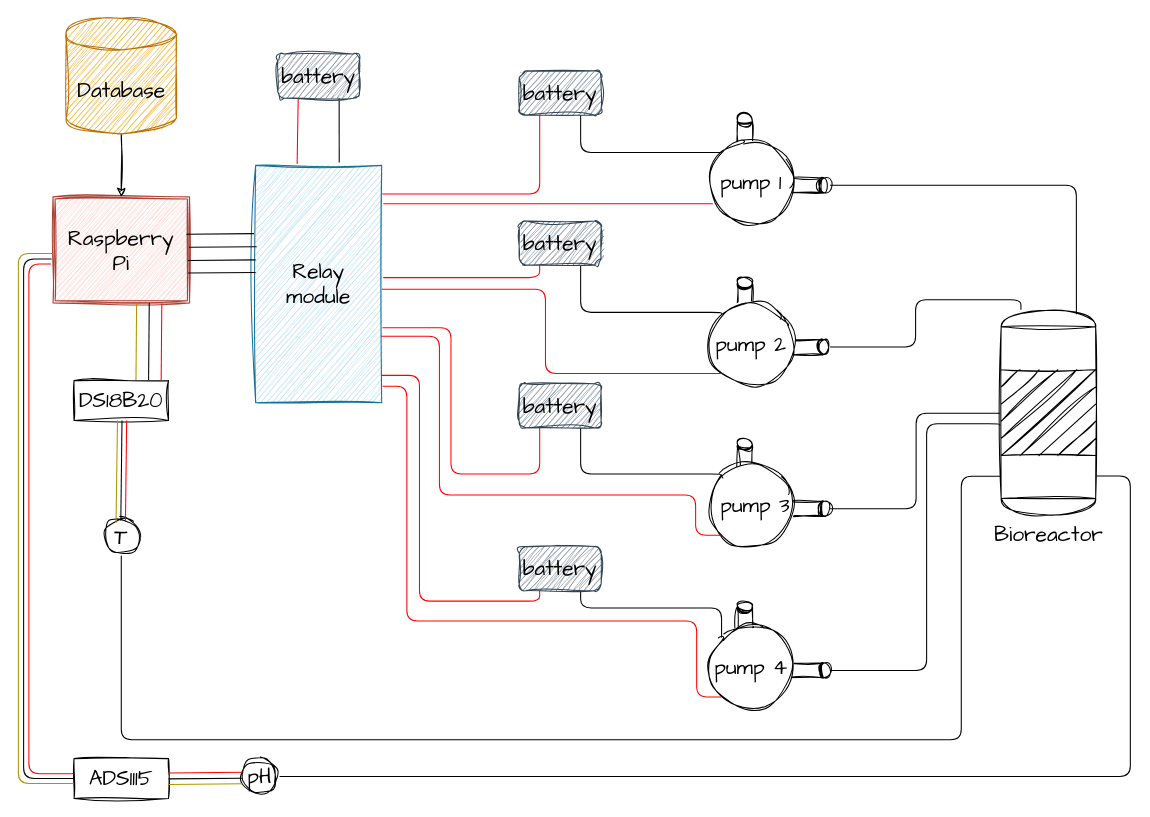
Above: blueprints/prototype1.drawio in MelcherMate/Bioversee_Webapp (draw.io), before the change. Source tidied: cells renumbered, new cells numbered last; positions are measured from the earlier drawing's top-left corner, leaving out a move shared by most shapes. Both pictures are drawn from the tidied source at 105%, with x=0, y=0 at pixel (18, 18).
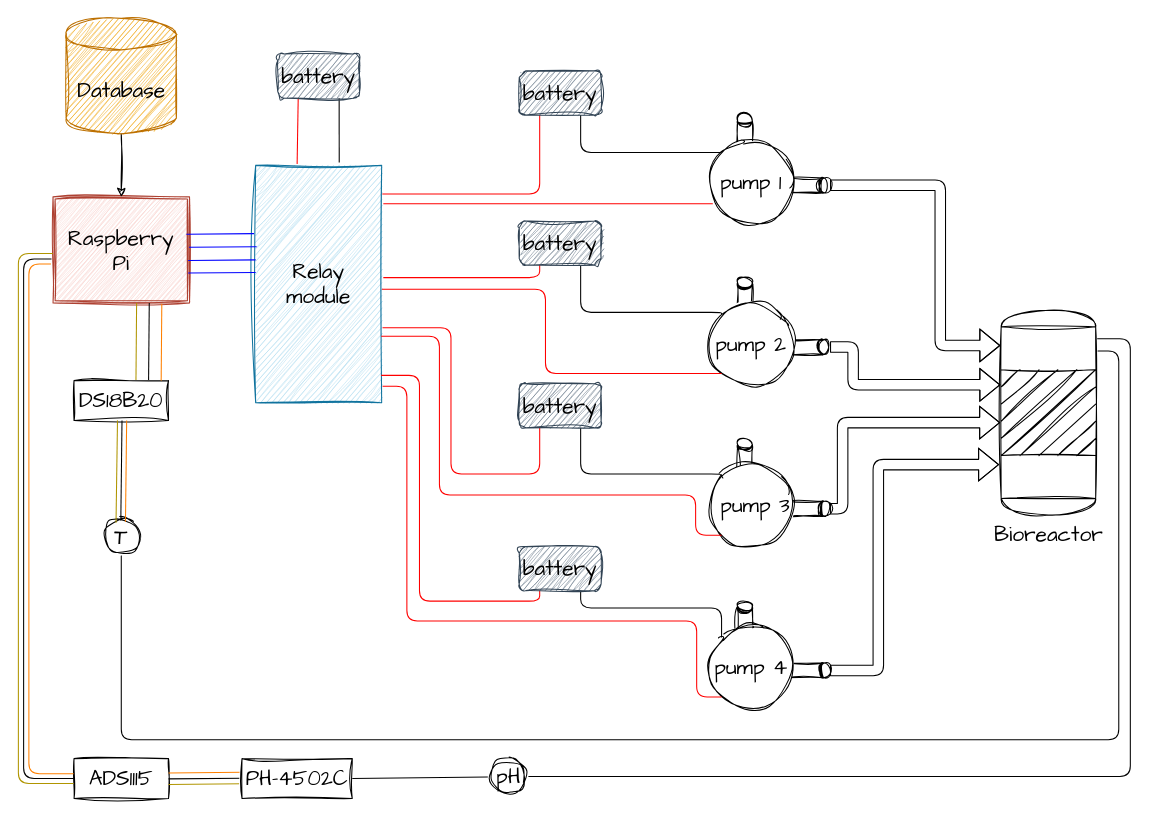
Above is the later version.

Unchanged cells that the change refers to:
```xml
<mxCell id="4" style="shape=datastore;whiteSpace=wrap;html=1;sketch=1;hachureGap=4;jiggle=2;curveFitting=1;strokeColor=#000000;fontFamily=Architects Daughter;fontSize=20;fontColor=#000000;fillColor=#FFFFFF;gradientColor=none;rotation=90;" parent="3" vertex="1">
  <mxGeometry x="84" y="43" width="14" height="48" as="geometry" />
</mxCell>
<mxCell id="8" style="shape=datastore;whiteSpace=wrap;html=1;sketch=1;hachureGap=4;jiggle=2;curveFitting=1;strokeColor=#000000;fontFamily=Architects Daughter;fontSize=20;fontColor=#000000;fillColor=#FFFFFF;gradientColor=none;rotation=90;" parent="7" vertex="1">
  <mxGeometry x="84" y="43" width="14" height="48" as="geometry" />
</mxCell>
<mxCell id="13" style="shape=datastore;whiteSpace=wrap;html=1;sketch=1;hachureGap=4;jiggle=2;curveFitting=1;strokeColor=#000000;fontFamily=Architects Daughter;fontSize=20;fontColor=#000000;fillColor=#FFFFFF;gradientColor=none;rotation=90;" parent="11" vertex="1">
  <mxGeometry x="84" y="43" width="14" height="48" as="geometry" />
</mxCell>
<mxCell id="17" style="shape=datastore;whiteSpace=wrap;html=1;sketch=1;hachureGap=4;jiggle=2;curveFitting=1;strokeColor=#000000;fontFamily=Architects Daughter;fontSize=20;fontColor=#000000;fillColor=#FFFFFF;gradientColor=none;rotation=90;" parent="16" vertex="1">
  <mxGeometry x="84" y="43" width="14" height="48" as="geometry" />
</mxCell>
<mxCell id="20" value="&lt;font color=&quot;#000000&quot;&gt;Raspberry Pi&lt;/font&gt;" style="shape=ext;double=1;rounded=0;whiteSpace=wrap;html=1;hachureGap=4;fontFamily=Architects Daughter;fontSize=20;fillColor=#fad9d5;strokeColor=#ae4132;sketch=1;curveFitting=1;jiggle=2;" parent="1" vertex="1">
  <mxGeometry x="33" y="170" width="130" height="101" as="geometry" />
</mxCell>
<mxCell id="21" value="Bioreactor" style="shape=mxgraph.pid.vessels.reactor;html=1;align=center;verticalLabelPosition=bottom;verticalAlign=top;dashed=0;hachureGap=4;strokeColor=#000000;fontFamily=Architects Daughter;fontSize=20;fontColor=#000000;fillColor=#FFFFFF;rounded=0;sketch=1;curveFitting=1;jiggle=2;gradientColor=none;" parent="1" vertex="1">
  <mxGeometry x="936" y="278" width="90" height="195" as="geometry" />
</mxCell>
<mxCell id="24" value="&lt;font color=&quot;#000000&quot;&gt;Relay module&lt;/font&gt;" style="rounded=0;whiteSpace=wrap;html=1;sketch=1;hachureGap=4;jiggle=2;curveFitting=1;fontFamily=Architects Daughter;fontSize=20;fillColor=#b1ddf0;strokeColor=#10739e;" parent="1" vertex="1">
  <mxGeometry x="226" y="140" width="120" height="226" as="geometry" />
</mxCell>
<mxCell id="48" value="DS18B20" style="rounded=0;whiteSpace=wrap;html=1;hachureGap=4;strokeColor=#000000;strokeWidth=1;fontFamily=Architects Daughter;fontSize=20;fontColor=#000000;fillColor=#FFFFFF;gradientColor=none;sketch=1;curveFitting=1;jiggle=2;" parent="1" vertex="1">
  <mxGeometry x="53" y="345" width="90" height="38" as="geometry" />
</mxCell>
<mxCell id="53" value="T" style="ellipse;whiteSpace=wrap;html=1;sketch=1;hachureGap=4;jiggle=2;curveFitting=1;strokeColor=#000000;strokeWidth=1;fontFamily=Architects Daughter;fontSize=20;fontColor=#000000;fillColor=#FFFFFF;gradientColor=none;" parent="1" vertex="1">
  <mxGeometry x="81" y="477" width="34" height="34" as="geometry" />
</mxCell>
<mxCell id="57" value="ADS1115" style="rounded=0;whiteSpace=wrap;html=1;hachureGap=4;strokeColor=#000000;strokeWidth=1;fontFamily=Architects Daughter;fontSize=20;fontColor=#000000;fillColor=#FFFFFF;gradientColor=none;sketch=1;curveFitting=1;jiggle=2;" parent="1" vertex="1">
  <mxGeometry x="53" y="705" width="90" height="38" as="geometry" />
</mxCell>
```

What changed in the source:
```diff
@@
-    <mxCell id="44" style="endArrow=none;html=1;sketch=0;hachureGap=4;jiggle=2;curveFitting=1;strokeColor=#000000;fontFamily=Architects Daughter;fontSize=16;fontColor=#000000;exitX=0.997;exitY=0.475;exitDx=0;exitDy=0;exitPerimeter=0;entryX=0.008;entryY=0.343;entryDx=0;entryDy=0;entryPerimeter=0;" parent="1" edge="1" source="20" target="24">
+    <mxCell id="44" style="endArrow=none;html=1;sketch=0;hachureGap=4;jiggle=2;curveFitting=1;strokeColor=#0000FF;fontFamily=Architects Daughter;fontSize=16;fontColor=#000000;exitX=0.997;exitY=0.475;exitDx=0;exitDy=0;exitPerimeter=0;entryX=0.008;entryY=0.343;entryDx=0;entryDy=0;entryPerimeter=0;" parent="1" edge="1" source="20" target="24">
       <mxGeometry relative="1" as="geometry" />
     </mxCell>
-    <mxCell id="45" style="endArrow=none;html=1;sketch=0;hachureGap=4;jiggle=2;curveFitting=1;strokeColor=#000000;fontFamily=Architects Daughter;fontSize=16;fontColor=#000000;exitX=0.997;exitY=0.475;exitDx=0;exitDy=0;exitPerimeter=0;entryX=0.008;entryY=0.343;entryDx=0;entryDy=0;entryPerimeter=0;" parent="1" edge="1">
+    <mxCell id="45" style="endArrow=none;html=1;sketch=0;hachureGap=4;jiggle=2;curveFitting=1;strokeColor=#0000FF;fontFamily=Architects Daughter;fontSize=16;fontColor=#000000;exitX=0.997;exitY=0.475;exitDx=0;exitDy=0;exitPerimeter=0;entryX=0.008;entryY=0.343;entryDx=0;entryDy=0;entryPerimeter=0;" parent="1" edge="1">
       <mxGeometry relative="1" as="geometry">
         <mxPoint x="161.7" y="230.5" as="sourcePoint" />
         <mxPoint x="226" y="230" as="targetPoint" />
       </mxGeometry>
     </mxCell>
-    <mxCell id="46" style="endArrow=none;html=1;sketch=0;hachureGap=4;jiggle=2;curveFitting=1;strokeColor=#000000;fontFamily=Architects Daughter;fontSize=16;fontColor=#000000;exitX=0.997;exitY=0.475;exitDx=0;exitDy=0;exitPerimeter=0;entryX=0.008;entryY=0.343;entryDx=0;entryDy=0;entryPerimeter=0;" parent="1" edge="1">
+    <mxCell id="46" style="endArrow=none;html=1;sketch=0;hachureGap=4;jiggle=2;curveFitting=1;strokeColor=#0000FF;fontFamily=Architects Daughter;fontSize=16;fontColor=#000000;exitX=0.997;exitY=0.475;exitDx=0;exitDy=0;exitPerimeter=0;entryX=0.008;entryY=0.343;entryDx=0;entryDy=0;entryPerimeter=0;" parent="1" edge="1">
       <mxGeometry relative="1" as="geometry">
         <mxPoint x="160" y="205.5" as="sourcePoint" />
         <mxPoint x="224.4" y="205" as="targetPoint" />
       </mxGeometry>
     </mxCell>
-    <mxCell id="47" style="endArrow=none;html=1;sketch=0;hachureGap=4;jiggle=2;curveFitting=1;strokeColor=#000000;fontFamily=Architects Daughter;fontSize=16;fontColor=#000000;exitX=0.997;exitY=0.475;exitDx=0;exitDy=0;exitPerimeter=0;entryX=0.008;entryY=0.343;entryDx=0;entryDy=0;entryPerimeter=0;" parent="1" edge="1">
+    <mxCell id="47" style="endArrow=none;html=1;sketch=0;hachureGap=4;jiggle=2;curveFitting=1;strokeColor=#0000FF;fontFamily=Architects Daughter;fontSize=16;fontColor=#000000;exitX=0.997;exitY=0.475;exitDx=0;exitDy=0;exitPerimeter=0;entryX=0.008;entryY=0.343;entryDx=0;entryDy=0;entryPerimeter=0;" parent="1" edge="1">
       <mxGeometry relative="1" as="geometry">
         <mxPoint x="161.7" y="242.5" as="sourcePoint" />
         <mxPoint x="226" y="242" as="targetPoint" />
       </mxGeometry>
     </mxCell>
@@
-    <mxCell id="51" style="endArrow=none;html=1;sketch=0;hachureGap=4;jiggle=2;curveFitting=1;strokeColor=#FF0000;fontFamily=Architects Daughter;fontSize=16;fontColor=#000000;entryX=0.705;entryY=1;entryDx=0;entryDy=0;entryPerimeter=0;exitX=0.789;exitY=-0.018;exitDx=0;exitDy=0;exitPerimeter=0;" parent="1" edge="1">
+    <mxCell id="51" style="endArrow=none;html=1;sketch=0;hachureGap=4;jiggle=2;curveFitting=1;strokeColor=#FF8000;fontFamily=Architects Daughter;fontSize=16;fontColor=#000000;entryX=0.705;entryY=1;entryDx=0;entryDy=0;entryPerimeter=0;exitX=0.789;exitY=-0.018;exitDx=0;exitDy=0;exitPerimeter=0;" parent="1" edge="1">
       <mxGeometry relative="1" as="geometry">
         <mxPoint x="136" y="345" as="sourcePoint" />
         <mxPoint x="136.6" y="271.7" as="targetPoint" />
       </mxGeometry>
     </mxCell>
-    <mxCell id="52" style="edgeStyle=orthogonalEdgeStyle;sketch=0;hachureGap=4;jiggle=2;curveFitting=1;html=1;exitX=0.5;exitY=1;exitDx=0;exitDy=0;strokeColor=#000000;fontFamily=Architects Daughter;fontSize=16;fontColor=#000000;endArrow=none;endFill=0;" parent="1" edge="1" source="53">
+    <mxCell id="52" style="edgeStyle=orthogonalEdgeStyle;sketch=0;hachureGap=4;jiggle=2;curveFitting=1;html=1;exitX=0.5;exitY=1;exitDx=0;exitDy=0;strokeColor=#000000;fontFamily=Architects Daughter;fontSize=16;fontColor=#000000;endArrow=none;endFill=0;entryX=1.02;entryY=0.199;entryDx=0;entryDy=0;entryPerimeter=0;" parent="1" edge="1" source="53" target="21">
       <mxGeometry relative="1" as="geometry">
-        <mxPoint x="935" y="436" as="targetPoint" />
         <Array as="points">
           <mxPoint x="98" y="687" />
-          <mxPoint x="898" y="687" />
-          <mxPoint x="898" y="436" />
-          <mxPoint x="935" y="436" />
+          <mxPoint x="1048" y="687" />
+          <mxPoint x="1048" y="317" />
         </Array>
       </mxGeometry>
     </mxCell>
@@
-    <mxCell id="55" style="endArrow=none;html=1;sketch=0;hachureGap=4;jiggle=2;curveFitting=1;strokeColor=#FF0000;fontFamily=Architects Daughter;fontSize=16;fontColor=#000000;entryX=0.557;entryY=0.998;entryDx=0;entryDy=0;entryPerimeter=0;exitX=0.789;exitY=-0.018;exitDx=0;exitDy=0;exitPerimeter=0;" parent="1" edge="1" target="48">
+    <mxCell id="55" style="endArrow=none;html=1;sketch=0;hachureGap=4;jiggle=2;curveFitting=1;strokeColor=#FF8000;fontFamily=Architects Daughter;fontSize=16;fontColor=#000000;entryX=0.557;entryY=0.998;entryDx=0;entryDy=0;entryPerimeter=0;exitX=0.789;exitY=-0.018;exitDx=0;exitDy=0;exitPerimeter=0;" parent="1" edge="1" target="48">
       <mxGeometry relative="1" as="geometry">
         <mxPoint x="102" y="479.3" as="sourcePoint" />
       </mxGeometry>
     </mxCell>
@@
-    <mxCell id="59" style="endArrow=none;html=1;sketch=0;hachureGap=4;jiggle=2;curveFitting=1;strokeColor=#FF0000;fontFamily=Architects Daughter;fontSize=16;fontColor=#000000;edgeStyle=orthogonalEdgeStyle;exitX=-0.004;exitY=0.377;exitDx=0;exitDy=0;exitPerimeter=0;" parent="1" edge="1" source="57">
+    <mxCell id="59" style="endArrow=none;html=1;sketch=0;hachureGap=4;jiggle=2;curveFitting=1;strokeColor=#FF8000;fontFamily=Architects Daughter;fontSize=16;fontColor=#000000;edgeStyle=orthogonalEdgeStyle;exitX=-0.004;exitY=0.377;exitDx=0;exitDy=0;exitPerimeter=0;" parent="1" edge="1" source="57">
       <mxGeometry relative="1" as="geometry">
         <mxPoint x="31" y="234" as="targetPoint" />
         <Array as="points">
           <mxPoint x="10" y="719" />
           <mxPoint x="10" y="234" />
           <mxPoint x="31" y="234" />
         </Array>
       </mxGeometry>
     </mxCell>
@@
-    <mxCell id="61" style="edgeStyle=orthogonalEdgeStyle;sketch=0;hachureGap=4;jiggle=2;curveFitting=1;html=1;exitX=1;exitY=0.5;exitDx=0;exitDy=0;entryX=1.005;entryY=0.809;entryDx=0;entryDy=0;entryPerimeter=0;strokeColor=#000000;fontFamily=Architects Daughter;fontSize=16;fontColor=#000000;endArrow=none;endFill=0;" parent="1" edge="1" source="62" target="21">
+    <mxCell id="61" style="edgeStyle=orthogonalEdgeStyle;sketch=0;hachureGap=4;jiggle=2;curveFitting=1;html=1;exitX=1;exitY=0.5;exitDx=0;exitDy=0;entryX=1.016;entryY=0.139;entryDx=0;entryDy=0;entryPerimeter=0;strokeColor=#000000;fontFamily=Architects Daughter;fontSize=16;fontColor=#000000;endArrow=none;endFill=0;" parent="1" edge="1" source="62" target="21">
       <mxGeometry relative="1" as="geometry">
         <Array as="points">
           <mxPoint x="1059" y="722" />
-          <mxPoint x="1059" y="436" />
+          <mxPoint x="1059" y="305" />
         </Array>
       </mxGeometry>
     </mxCell>
     <mxCell id="62" value="pH" style="ellipse;whiteSpace=wrap;html=1;sketch=1;hachureGap=4;jiggle=2;curveFitting=1;strokeColor=#000000;strokeWidth=1;fontFamily=Architects Daughter;fontSize=20;fontColor=#000000;fillColor=#FFFFFF;gradientColor=none;" parent="1" vertex="1">
-      <mxGeometry x="213" y="705" width="34" height="34" as="geometry" />
+      <mxGeometry x="450" y="705" width="34" height="34" as="geometry" />
     </mxCell>
-    <mxCell id="63" style="edgeStyle=orthogonalEdgeStyle;sketch=0;hachureGap=4;jiggle=2;curveFitting=1;html=1;exitX=0.5;exitY=0;exitDx=0;exitDy=0;entryX=-0.014;entryY=0.563;entryDx=0;entryDy=0;entryPerimeter=0;strokeColor=#000000;fontFamily=Architects Daughter;fontSize=16;fontColor=#000000;endArrow=none;endFill=0;" parent="1" edge="1" source="8" target="21">
-      <mxGeometry relative="1" as="geometry">
-        <Array as="points">
-          <mxPoint x="865" y="621" />
-          <mxPoint x="865" y="386" />
-          <mxPoint x="935" y="386" />
-        </Array>
-      </mxGeometry>
-    </mxCell>
-    <mxCell id="64" style="edgeStyle=orthogonalEdgeStyle;sketch=0;hachureGap=4;jiggle=2;curveFitting=1;html=1;exitX=0.5;exitY=0;exitDx=0;exitDy=0;entryX=-0.014;entryY=0.503;entryDx=0;entryDy=0;entryPerimeter=0;strokeColor=#000000;fontFamily=Architects Daughter;fontSize=16;fontColor=#000000;endArrow=none;endFill=0;" parent="1" edge="1" source="13" target="21">
+    <mxCell id="64" style="edgeStyle=orthogonalEdgeStyle;sketch=0;hachureGap=4;jiggle=2;curveFitting=1;html=1;exitX=0.5;exitY=0;exitDx=0;exitDy=0;strokeColor=#000000;fontFamily=Architects Daughter;fontSize=16;fontColor=#000000;endArrow=classic;endFill=1;shape=flexArrow;" parent="1" edge="1" source="13">
       <mxGeometry relative="1" as="geometry">
+        <mxPoint x="935" y="385" as="targetPoint" />
         <Array as="points">
-          <mxPoint x="855" y="467" />
-          <mxPoint x="855" y="376" />
+          <mxPoint x="785" y="467" />
+          <mxPoint x="785" y="385" />
         </Array>
       </mxGeometry>
     </mxCell>
-    <mxCell id="65" style="edgeStyle=orthogonalEdgeStyle;sketch=0;hachureGap=4;jiggle=2;curveFitting=1;html=1;exitX=0.5;exitY=0;exitDx=0;exitDy=0;entryX=0.209;entryY=-0.003;entryDx=0;entryDy=0;entryPerimeter=0;strokeColor=#000000;fontFamily=Architects Daughter;fontSize=16;fontColor=#000000;endArrow=none;endFill=0;" parent="1" edge="1" source="17" target="21">
-      <mxGeometry relative="1" as="geometry" />
-    </mxCell>
-    <mxCell id="66" style="edgeStyle=orthogonalEdgeStyle;sketch=0;hachureGap=4;jiggle=2;curveFitting=1;html=1;exitX=0.5;exitY=0;exitDx=0;exitDy=0;entryX=0.796;entryY=0.02;entryDx=0;entryDy=0;entryPerimeter=0;strokeColor=#000000;fontFamily=Architects Daughter;fontSize=16;fontColor=#000000;endArrow=none;endFill=0;" parent="1" edge="1" source="4" target="21">
-      <mxGeometry relative="1" as="geometry" />
-    </mxCell>
@@
-    <mxCell id="68" style="endArrow=none;html=1;hachureGap=4;strokeColor=#FF0000;fontFamily=Architects Daughter;fontSize=16;fontColor=#FF0000;exitX=0.999;exitY=0.711;exitDx=0;exitDy=0;exitPerimeter=0;entryX=0.009;entryY=0.777;entryDx=0;entryDy=0;entryPerimeter=0;fillColor=#e51400;" parent="1" edge="1">
+    <mxCell id="68" style="endArrow=none;html=1;hachureGap=4;strokeColor=#FF8000;fontFamily=Architects Daughter;fontSize=16;fontColor=#FF0000;exitX=0.999;exitY=0.711;exitDx=0;exitDy=0;exitPerimeter=0;entryX=0.009;entryY=0.777;entryDx=0;entryDy=0;entryPerimeter=0;fillColor=#e51400;" parent="1" edge="1">
       <mxGeometry relative="1" as="geometry">
         <mxPoint x="143" y="718.6" as="sourcePoint" />
         <mxPoint x="213.4" y="718" as="targetPoint" />
       </mxGeometry>
     </mxCell>
@@
+    <mxCell id="70" value="PH-4502C" style="rounded=0;whiteSpace=wrap;html=1;hachureGap=4;strokeColor=#000000;strokeWidth=1;fontFamily=Architects Daughter;fontSize=20;fontColor=#000000;fillColor=#FFFFFF;gradientColor=none;sketch=1;curveFitting=1;jiggle=2;" parent="1" vertex="1">
+      <mxGeometry x="213" y="705" width="105" height="38" as="geometry" />
+    </mxCell>
+    <mxCell id="71" style="endArrow=none;html=1;sketch=0;hachureGap=4;jiggle=2;curveFitting=1;fontFamily=Architects Daughter;fontSize=16;fontColor=#FF0000;exitX=1;exitY=0.5;exitDx=0;exitDy=0;entryX=-0.085;entryY=0.513;entryDx=0;entryDy=0;entryPerimeter=0;strokeColor=#000000;" parent="1" edge="1" source="70" target="62">
+      <mxGeometry relative="1" as="geometry" />
+    </mxCell>
+    <mxCell id="65" style="edgeStyle=orthogonalEdgeStyle;sketch=0;hachureGap=4;jiggle=2;curveFitting=1;html=1;exitX=0.5;exitY=0;exitDx=0;exitDy=0;strokeColor=#000000;fontFamily=Architects Daughter;fontSize=16;fontColor=#FF0000;shape=flexArrow;entryX=-0.009;entryY=0.364;entryDx=0;entryDy=0;entryPerimeter=0;" parent="1" edge="1" source="17" target="21">
+      <mxGeometry relative="1" as="geometry">
+        <Array as="points">
+          <mxPoint x="795" y="313" />
+          <mxPoint x="795" y="349" />
+        </Array>
+      </mxGeometry>
+    </mxCell>
+    <mxCell id="72" style="edgeStyle=orthogonalEdgeStyle;sketch=0;hachureGap=4;jiggle=2;curveFitting=1;html=1;exitX=0.5;exitY=0;exitDx=0;exitDy=0;strokeColor=#000000;fontFamily=Architects Daughter;fontSize=16;fontColor=#FF0000;endArrow=classic;endFill=1;shape=flexArrow;" parent="1" edge="1" source="8">
+      <mxGeometry relative="1" as="geometry">
+        <mxPoint x="934" y="425" as="targetPoint" />
+        <Array as="points">
+          <mxPoint x="819" y="621" />
+          <mxPoint x="819" y="425" />
+        </Array>
+      </mxGeometry>
+    </mxCell>
+    <mxCell id="66" style="edgeStyle=orthogonalEdgeStyle;sketch=0;hachureGap=4;jiggle=2;curveFitting=1;html=1;exitX=0.5;exitY=0;exitDx=0;exitDy=0;entryX=-0.009;entryY=0.172;entryDx=0;entryDy=0;entryPerimeter=0;strokeColor=#000000;fontFamily=Architects Daughter;fontSize=16;fontColor=#FF0000;endArrow=classic;endFill=1;shape=flexArrow;" parent="1" edge="1" source="4" target="21">
+      <mxGeometry relative="1" as="geometry">
+        <Array as="points">
+          <mxPoint x="878" y="159" />
+          <mxPoint x="878" y="312" />
+          <mxPoint x="935" y="312" />
+        </Array>
+      </mxGeometry>
+    </mxCell>
```
